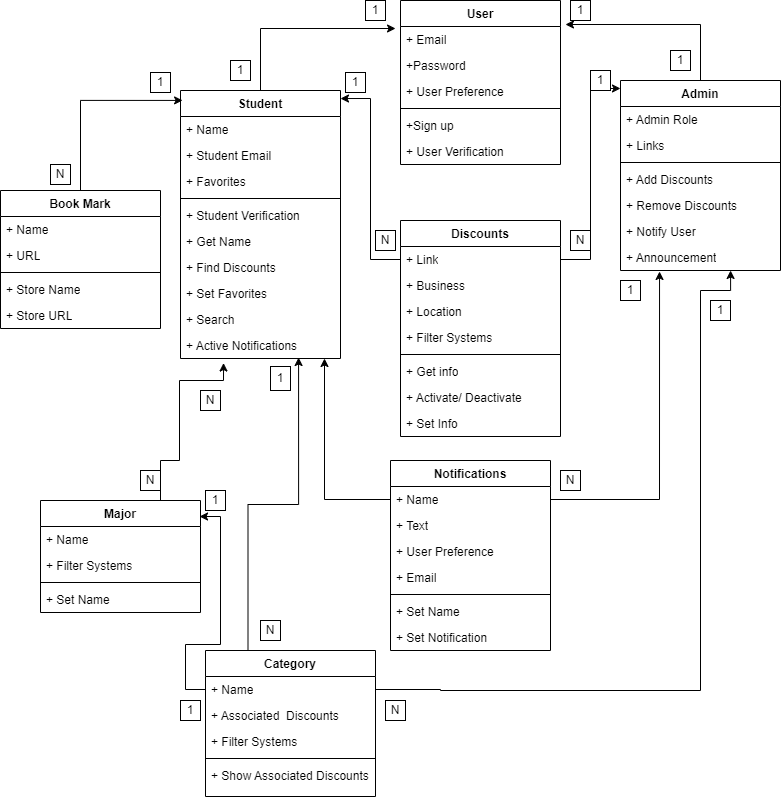
This is deliverables/assets/deliverable-03/studentDiz.png from aaronr7734/team-8-project, a draw.io export, as it was before one commit. Source tidied: cells renumbered, new cells last; positions are measured from the earlier drawing's top-left corner, leaving out a move shared by most shapes.
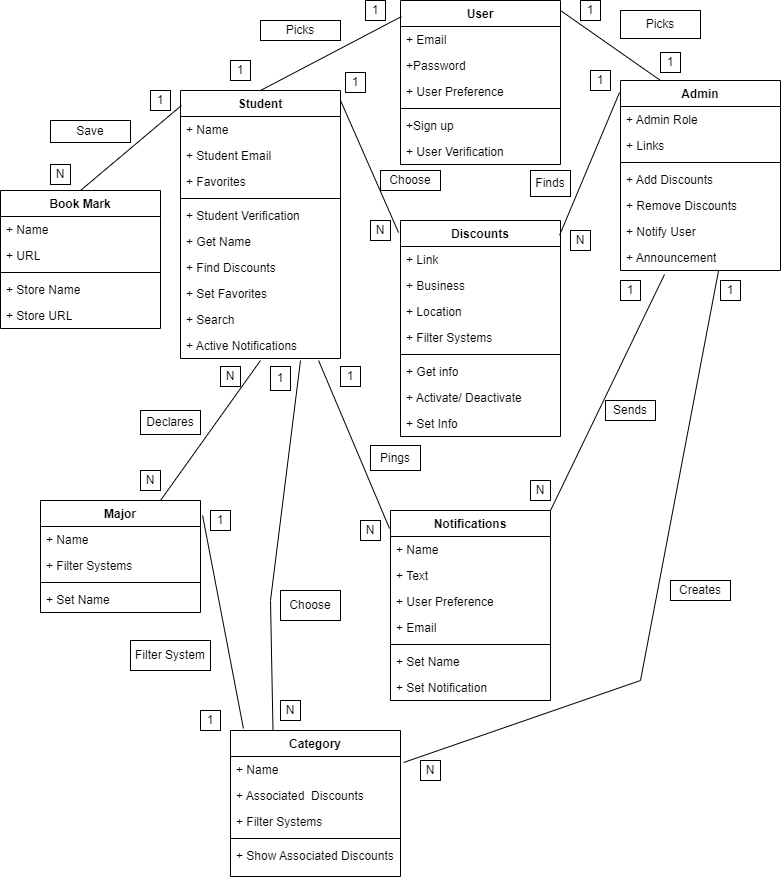
The same file after the commit.

Change to the diagram source:
```diff
@@ -56,16 +56,6 @@
     <mxCell id="19" value="+ Active Notifications" style="text;strokeColor=none;fillColor=none;align=left;verticalAlign=top;spacingLeft=4;spacingRight=4;overflow=hidden;points=[[0,0.5],[1,0.5]];portConstraint=eastwest;whiteSpace=wrap;html=1;" parent="9" vertex="1">
       <mxGeometry y="242" width="160" height="26" as="geometry" />
     </mxCell>
-    <mxCell id="20" style="edgeStyle=orthogonalEdgeStyle;rounded=0;jettySize=auto;html=1;exitX=0.75;exitY=0;exitDx=0;exitDy=0;entryX=0.269;entryY=1.174;entryDx=0;entryDy=0;entryPerimeter=0;" parent="1" edge="1" source="21" target="19">
-      <mxGeometry relative="1" as="geometry">
-        <Array as="points">
-          <mxPoint x="160" y="460" />
-          <mxPoint x="179" y="460" />
-          <mxPoint x="179" y="380" />
-          <mxPoint x="223" y="380" />
-        </Array>
-      </mxGeometry>
-    </mxCell>
     <mxCell id="21" value="Major" style="swimlane;fontStyle=1;align=center;verticalAlign=top;horizontal=1;startSize=26;whiteSpace=wrap;html=1;" parent="1" vertex="1">
       <mxGeometry x="40" y="500" width="160" height="112" as="geometry" />
     </mxCell>
@@ -82,7 +72,7 @@
       <mxGeometry y="86" width="160" height="26" as="geometry" />
     </mxCell>
     <mxCell id="26" value="Notifications" style="swimlane;fontStyle=1;align=center;verticalAlign=top;horizontal=1;startSize=26;whiteSpace=wrap;html=1;" parent="1" vertex="1">
-      <mxGeometry x="390" y="460" width="160" height="190" as="geometry" />
+      <mxGeometry x="390" y="510" width="160" height="190" as="geometry" />
     </mxCell>
     <mxCell id="27" value="+ Name" style="text;strokeColor=none;fillColor=none;align=left;verticalAlign=top;spacingLeft=4;spacingRight=4;overflow=hidden;points=[[0,0.5],[1,0.5]];portConstraint=eastwest;whiteSpace=wrap;html=1;" parent="26" vertex="1">
       <mxGeometry y="26" width="160" height="26" as="geometry" />
@@ -129,11 +119,8 @@
     <mxCell id="41" value="+ Announcement" style="text;strokeColor=none;fillColor=none;align=left;verticalAlign=top;spacingLeft=4;spacingRight=4;overflow=hidden;points=[[0,0.5],[1,0.5]];portConstraint=eastwest;whiteSpace=wrap;html=1;" parent="34" vertex="1">
       <mxGeometry y="164" width="160" height="26" as="geometry" />
     </mxCell>
-    <mxCell id="42" style="edgeStyle=orthogonalEdgeStyle;rounded=0;jettySize=auto;html=1;exitX=0.25;exitY=0;exitDx=0;exitDy=0;entryX=0.738;entryY=0.962;entryDx=0;entryDy=0;entryPerimeter=0;" parent="1" edge="1" source="43" target="19">
-      <mxGeometry relative="1" as="geometry" />
-    </mxCell>
     <mxCell id="43" value="Category" style="swimlane;fontStyle=1;align=center;verticalAlign=top;horizontal=1;startSize=26;whiteSpace=wrap;html=1;" parent="1" vertex="1">
-      <mxGeometry x="205" y="650" width="170" height="146" as="geometry" />
+      <mxGeometry x="230" y="730" width="170" height="146" as="geometry" />
     </mxCell>
     <mxCell id="44" value="+ Name" style="text;strokeColor=none;fillColor=none;align=left;verticalAlign=top;spacingLeft=4;spacingRight=4;overflow=hidden;points=[[0,0.5],[1,0.5]];portConstraint=eastwest;whiteSpace=wrap;html=1;" parent="43" vertex="1">
       <mxGeometry y="26" width="170" height="26" as="geometry" />
@@ -150,12 +137,6 @@
     <mxCell id="48" value="+ Show Associated Discounts" style="text;strokeColor=none;fillColor=none;align=left;verticalAlign=top;spacingLeft=4;spacingRight=4;overflow=hidden;whiteSpace=wrap;html=1;" parent="43" vertex="1">
       <mxGeometry y="112" width="170" height="34" as="geometry" />
     </mxCell>
-    <mxCell id="49" style="edgeStyle=orthogonalEdgeStyle;rounded=0;jettySize=auto;html=1;exitX=0.5;exitY=0;exitDx=0;exitDy=0;entryX=-0.031;entryY=0.077;entryDx=0;entryDy=0;entryPerimeter=0;" parent="1" edge="1" source="9" target="3">
-      <mxGeometry relative="1" as="geometry" />
-    </mxCell>
-    <mxCell id="50" style="edgeStyle=orthogonalEdgeStyle;rounded=0;jettySize=auto;html=1;exitX=0.5;exitY=0;exitDx=0;exitDy=0;entryX=1.031;entryY=-0.077;entryDx=0;entryDy=0;entryPerimeter=0;" parent="1" edge="1" source="34" target="3">
-      <mxGeometry relative="1" as="geometry" />
-    </mxCell>
     <mxCell id="51" value="Book Mark" style="swimlane;fontStyle=1;align=center;verticalAlign=top;horizontal=1;startSize=26;whiteSpace=wrap;html=1;" parent="1" vertex="1">
       <mxGeometry y="190" width="160" height="138" as="geometry" />
     </mxCell>
@@ -174,15 +155,6 @@
     <mxCell id="56" value="+ Store URL" style="text;strokeColor=none;fillColor=none;align=left;verticalAlign=top;spacingLeft=4;spacingRight=4;overflow=hidden;whiteSpace=wrap;html=1;" parent="51" vertex="1">
       <mxGeometry y="112" width="160" height="26" as="geometry" />
     </mxCell>
-    <mxCell id="57" style="edgeStyle=orthogonalEdgeStyle;rounded=0;jettySize=auto;html=1;exitX=0;exitY=0.5;exitDx=0;exitDy=0;entryX=0.9;entryY=1;entryDx=0;entryDy=0;entryPerimeter=0;" parent="1" edge="1" source="27" target="19">
-      <mxGeometry relative="1" as="geometry" />
-    </mxCell>
-    <mxCell id="58" style="edgeStyle=orthogonalEdgeStyle;rounded=0;jettySize=auto;html=1;exitX=0;exitY=0.5;exitDx=0;exitDy=0;entryX=0.994;entryY=0.143;entryDx=0;entryDy=0;entryPerimeter=0;" parent="1" edge="1" source="44" target="21">
-      <mxGeometry relative="1" as="geometry" />
-    </mxCell>
-    <mxCell id="59" style="edgeStyle=orthogonalEdgeStyle;rounded=0;jettySize=auto;html=1;exitX=0.5;exitY=0;exitDx=0;exitDy=0;entryX=0.013;entryY=0.037;entryDx=0;entryDy=0;entryPerimeter=0;" parent="1" edge="1" source="51" target="9">
-      <mxGeometry relative="1" as="geometry" />
-    </mxCell>
     <mxCell id="60" value="Discounts" style="swimlane;fontStyle=1;align=center;verticalAlign=top;horizontal=1;startSize=26;whiteSpace=wrap;html=1;" parent="1" vertex="1">
       <mxGeometry x="400" y="220" width="160" height="216" as="geometry" />
     </mxCell>
@@ -210,26 +182,6 @@
     <mxCell id="68" value="+ Set Info&amp;nbsp;" style="text;strokeColor=none;fillColor=none;align=left;verticalAlign=top;spacingLeft=4;spacingRight=4;overflow=hidden;whiteSpace=wrap;html=1;" parent="60" vertex="1">
       <mxGeometry y="190" width="160" height="26" as="geometry" />
     </mxCell>
-    <mxCell id="69" style="edgeStyle=orthogonalEdgeStyle;rounded=0;jettySize=auto;html=1;exitX=1;exitY=0.5;exitDx=0;exitDy=0;entryX=0.688;entryY=1;entryDx=0;entryDy=0;entryPerimeter=0;" parent="1" edge="1" source="44" target="41">
-      <mxGeometry relative="1" as="geometry">
-        <Array as="points">
-          <mxPoint x="440" y="689" />
-          <mxPoint x="440" y="690" />
-          <mxPoint x="700" y="690" />
-          <mxPoint x="700" y="290" />
-          <mxPoint x="730" y="290" />
-        </Array>
-      </mxGeometry>
-    </mxCell>
-    <mxCell id="70" style="edgeStyle=orthogonalEdgeStyle;rounded=0;jettySize=auto;html=1;entryX=1;entryY=0.03;entryDx=0;entryDy=0;entryPerimeter=0;" parent="1" edge="1" source="61" target="9">
-      <mxGeometry relative="1" as="geometry" />
-    </mxCell>
-    <mxCell id="71" style="edgeStyle=orthogonalEdgeStyle;rounded=0;jettySize=auto;html=1;entryX=0;entryY=0.042;entryDx=0;entryDy=0;entryPerimeter=0;" parent="1" edge="1" source="61" target="34">
-      <mxGeometry relative="1" as="geometry" />
-    </mxCell>
-    <mxCell id="72" style="edgeStyle=orthogonalEdgeStyle;rounded=0;jettySize=auto;html=1;entryX=0.244;entryY=1.038;entryDx=0;entryDy=0;entryPerimeter=0;" parent="1" edge="1" source="27" target="41">
-      <mxGeometry relative="1" as="geometry" />
-    </mxCell>
     <mxCell id="73" value="1" style="rounded=0;whiteSpace=wrap;html=1;" parent="1" vertex="1">
       <mxGeometry x="365" width="20" height="20" as="geometry" />
     </mxCell>
@@ -237,19 +189,19 @@
       <mxGeometry x="230" y="60" width="20" height="20" as="geometry" />
     </mxCell>
     <mxCell id="75" value="1" style="rounded=0;whiteSpace=wrap;html=1;" parent="1" vertex="1">
-      <mxGeometry x="570" width="20" height="20" as="geometry" />
+      <mxGeometry x="580" width="20" height="20" as="geometry" />
     </mxCell>
     <mxCell id="76" value="1" style="rounded=0;whiteSpace=wrap;html=1;" parent="1" vertex="1">
-      <mxGeometry x="670" y="50" width="20" height="20" as="geometry" />
+      <mxGeometry x="660" y="52" width="20" height="20" as="geometry" />
     </mxCell>
     <mxCell id="77" value="N" style="rounded=0;whiteSpace=wrap;html=1;" parent="1" vertex="1">
       <mxGeometry x="50" y="164" width="20" height="20" as="geometry" />
     </mxCell>
     <mxCell id="78" value="1" style="rounded=0;whiteSpace=wrap;html=1;" parent="1" vertex="1">
-      <mxGeometry x="150" y="72" width="20" height="20" as="geometry" />
+      <mxGeometry x="150" y="90" width="20" height="20" as="geometry" />
     </mxCell>
     <mxCell id="79" value="N" style="rounded=0;whiteSpace=wrap;html=1;" parent="1" vertex="1">
-      <mxGeometry x="375" y="230" width="20" height="20" as="geometry" />
+      <mxGeometry x="370" y="220" width="20" height="20" as="geometry" />
     </mxCell>
     <mxCell id="80" value="1" style="rounded=0;whiteSpace=wrap;html=1;" parent="1" vertex="1">
       <mxGeometry x="345" y="72" width="20" height="20" as="geometry" />
@@ -264,10 +216,10 @@
       <mxGeometry x="140" y="470" width="20" height="20" as="geometry" />
     </mxCell>
     <mxCell id="84" value="N" style="rounded=0;whiteSpace=wrap;html=1;" parent="1" vertex="1">
-      <mxGeometry x="200" y="390" width="20" height="20" as="geometry" />
+      <mxGeometry x="220" y="366" width="20" height="20" as="geometry" />
     </mxCell>
     <mxCell id="85" value="N" style="rounded=0;whiteSpace=wrap;html=1;" parent="1" vertex="1">
-      <mxGeometry x="560" y="470" width="20" height="20" as="geometry" />
+      <mxGeometry x="530" y="480" width="20" height="20" as="geometry" />
     </mxCell>
     <mxCell id="86" value="1" style="rounded=0;whiteSpace=wrap;html=1;" parent="1" vertex="1">
       <mxGeometry x="620" y="280" width="20" height="20" as="geometry" />
@@ -276,19 +228,103 @@
       <mxGeometry x="270" y="366" width="20" height="24" as="geometry" />
     </mxCell>
     <mxCell id="88" value="N" style="rounded=0;whiteSpace=wrap;html=1;" parent="1" vertex="1">
-      <mxGeometry x="260" y="620" width="20" height="20" as="geometry" />
+      <mxGeometry x="280" y="700" width="20" height="20" as="geometry" />
     </mxCell>
     <mxCell id="89" value="1" style="rounded=0;whiteSpace=wrap;html=1;" parent="1" vertex="1">
-      <mxGeometry x="180" y="700" width="20" height="20" as="geometry" />
+      <mxGeometry x="200" y="710" width="20" height="20" as="geometry" />
     </mxCell>
     <mxCell id="90" value="1" style="rounded=0;whiteSpace=wrap;html=1;" parent="1" vertex="1">
-      <mxGeometry x="205" y="490" width="20" height="20" as="geometry" />
+      <mxGeometry x="210" y="510" width="20" height="20" as="geometry" />
     </mxCell>
     <mxCell id="91" value="1" style="rounded=0;whiteSpace=wrap;html=1;" parent="1" vertex="1">
-      <mxGeometry x="710" y="300" width="20" height="20" as="geometry" />
+      <mxGeometry x="720" y="280" width="20" height="20" as="geometry" />
     </mxCell>
     <mxCell id="92" value="N" style="rounded=0;whiteSpace=wrap;html=1;" parent="1" vertex="1">
-      <mxGeometry x="385" y="700" width="20" height="20" as="geometry" />
+      <mxGeometry x="420" y="760" width="20" height="20" as="geometry" />
     </mxCell>
+    <mxCell id="59" style="endArrow=none;html=1;rounded=0;exitX=0.5;exitY=0;exitDx=0;exitDy=0;entryX=0.006;entryY=0.056;entryDx=0;entryDy=0;entryPerimeter=0;" parent="1" edge="1" source="51" target="9">
+      <mxGeometry relative="1" as="geometry" />
+    </mxCell>
+    <mxCell id="93" style="endArrow=none;html=1;rounded=0;exitX=0.5;exitY=0;exitDx=0;exitDy=0;entryX=0.006;entryY=0.098;entryDx=0;entryDy=0;entryPerimeter=0;" parent="1" edge="1" source="9" target="2">
+      <mxGeometry relative="1" as="geometry" />
+    </mxCell>
+    <mxCell id="94" style="endArrow=none;html=1;rounded=0;exitX=0.25;exitY=0;exitDx=0;exitDy=0;" parent="1" edge="1" source="34">
+      <mxGeometry relative="1" as="geometry">
+        <mxPoint x="560" y="10" as="targetPoint" />
+      </mxGeometry>
+    </mxCell>
+    <mxCell id="95" style="endArrow=none;html=1;rounded=0;entryX=-0.006;entryY=0.063;entryDx=0;entryDy=0;entryPerimeter=0;exitX=0.994;exitY=0.069;exitDx=0;exitDy=0;exitPerimeter=0;" parent="1" edge="1" source="60" target="34">
+      <mxGeometry relative="1" as="geometry" />
+    </mxCell>
+    <mxCell id="96" style="endArrow=none;html=1;rounded=0;exitX=1;exitY=0.037;exitDx=0;exitDy=0;exitPerimeter=0;entryX=-0.012;entryY=0.056;entryDx=0;entryDy=0;entryPerimeter=0;" parent="1" edge="1" source="9" target="60">
+      <mxGeometry relative="1" as="geometry" />
+    </mxCell>
+    <mxCell id="97" style="endArrow=none;html=1;rounded=0;exitX=0.75;exitY=0;exitDx=0;exitDy=0;" parent="1" edge="1" source="21">
+      <mxGeometry relative="1" as="geometry">
+        <mxPoint x="260" y="360" as="targetPoint" />
+      </mxGeometry>
+    </mxCell>
+    <mxCell id="42" style="endArrow=none;html=1;rounded=0;exitX=0.25;exitY=0;exitDx=0;exitDy=0;entryX=0.75;entryY=1.077;entryDx=0;entryDy=0;entryPerimeter=0;" parent="1" edge="1" source="43" target="19">
+      <mxGeometry relative="1" as="geometry">
+        <Array as="points">
+          <mxPoint x="270" y="600" />
+        </Array>
+      </mxGeometry>
+    </mxCell>
+    <mxCell id="98" style="endArrow=none;html=1;rounded=0;exitX=0.076;exitY=-0.014;exitDx=0;exitDy=0;exitPerimeter=0;entryX=1.013;entryY=0.134;entryDx=0;entryDy=0;entryPerimeter=0;" parent="1" edge="1" source="43" target="21">
+      <mxGeometry relative="1" as="geometry" />
+    </mxCell>
+    <mxCell id="99" style="endArrow=none;html=1;rounded=0;exitX=0.863;exitY=1.077;exitDx=0;exitDy=0;exitPerimeter=0;entryX=-0.006;entryY=0.095;entryDx=0;entryDy=0;entryPerimeter=0;" parent="1" edge="1" source="19" target="26">
+      <mxGeometry relative="1" as="geometry" />
+    </mxCell>
+    <mxCell id="100" value="N" style="rounded=0;whiteSpace=wrap;html=1;" parent="1" vertex="1">
+      <mxGeometry x="360" y="520" width="20" height="20" as="geometry" />
+    </mxCell>
+    <mxCell id="101" value="1" style="rounded=0;whiteSpace=wrap;html=1;" parent="1" vertex="1">
+      <mxGeometry x="340" y="366" width="20" height="20" as="geometry" />
+    </mxCell>
+    <mxCell id="102" style="endArrow=none;html=1;rounded=0;entryX=0.275;entryY=1.154;entryDx=0;entryDy=0;entryPerimeter=0;exitX=1;exitY=0;exitDx=0;exitDy=0;" parent="1" edge="1" source="26" target="41">
+      <mxGeometry relative="1" as="geometry" />
+    </mxCell>
+    <mxCell id="69" style="endArrow=none;html=1;rounded=0;exitX=1.018;exitY=0.231;exitDx=0;exitDy=0;exitPerimeter=0;entryX=0.613;entryY=1;entryDx=0;entryDy=0;entryPerimeter=0;" parent="1" edge="1" source="44" target="41">
+      <mxGeometry relative="1" as="geometry">
+        <Array as="points">
+          <mxPoint x="640" y="680" />
+        </Array>
+      </mxGeometry>
+    </mxCell>
+    <mxCell id="103" value="Picks" style="rounded=0;whiteSpace=wrap;html=1;" parent="1" vertex="1">
+      <mxGeometry x="260" y="20" width="80" height="20" as="geometry" />
+    </mxCell>
+    <mxCell id="104" value="Picks" style="rounded=0;whiteSpace=wrap;html=1;" parent="1" vertex="1">
+      <mxGeometry x="620" y="10" width="80" height="28" as="geometry" />
+    </mxCell>
+    <mxCell id="105" value="Save" style="rounded=0;whiteSpace=wrap;html=1;" parent="1" vertex="1">
+      <mxGeometry x="50" y="120" width="80" height="22" as="geometry" />
+    </mxCell>
+    <mxCell id="106" value="Choose" style="rounded=0;whiteSpace=wrap;html=1;" parent="1" vertex="1">
+      <mxGeometry x="380" y="170" width="60" height="20" as="geometry" />
+    </mxCell>
+    <mxCell id="107" value="Finds" style="rounded=0;whiteSpace=wrap;html=1;" parent="1" vertex="1">
+      <mxGeometry x="530" y="170" width="40" height="26" as="geometry" />
+    </mxCell>
+    <mxCell id="108" value="Declares" style="rounded=0;whiteSpace=wrap;html=1;" parent="1" vertex="1">
+      <mxGeometry x="140" y="410" width="60" height="24" as="geometry" />
+    </mxCell>
+    <mxCell id="109" value="Filter System" style="rounded=0;whiteSpace=wrap;html=1;" parent="1" vertex="1">
+      <mxGeometry x="130" y="640" width="80" height="30" as="geometry" />
+    </mxCell>
+    <mxCell id="110" value="Choose" style="rounded=0;whiteSpace=wrap;html=1;" parent="1" vertex="1">
+      <mxGeometry x="280" y="590" width="60" height="30" as="geometry" />
+    </mxCell>
+    <mxCell id="111" value="Pings" style="rounded=0;whiteSpace=wrap;html=1;" parent="1" vertex="1">
+      <mxGeometry x="370" y="445" width="50" height="25" as="geometry" />
+    </mxCell>
+    <mxCell id="112" value="Sends" style="rounded=0;whiteSpace=wrap;html=1;" parent="1" vertex="1">
+      <mxGeometry x="605" y="400" width="50" height="20" as="geometry" />
+    </mxCell>
+    <mxCell id="113" value="Creates" style="rounded=0;whiteSpace=wrap;html=1;" parent="1" vertex="1">
+      <mxGeometry x="670" y="580" width="60" height="20" as="geometry" />
+    </mxCell>
   </root>
 </mxGraphModel>
```
